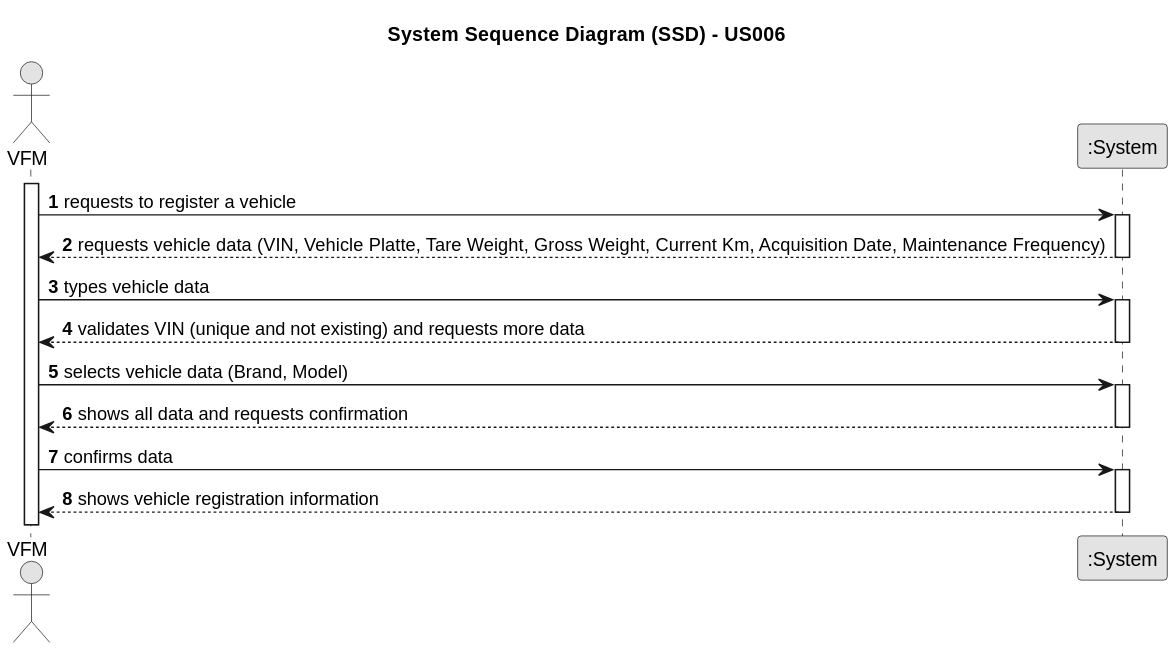
Above: docs/sprintB/us006/01.requirements-engineering/svg/us006-system-sequence-diagram-alternative-one.svg in ricardomm7/leaflink (PlantUML), before the change.
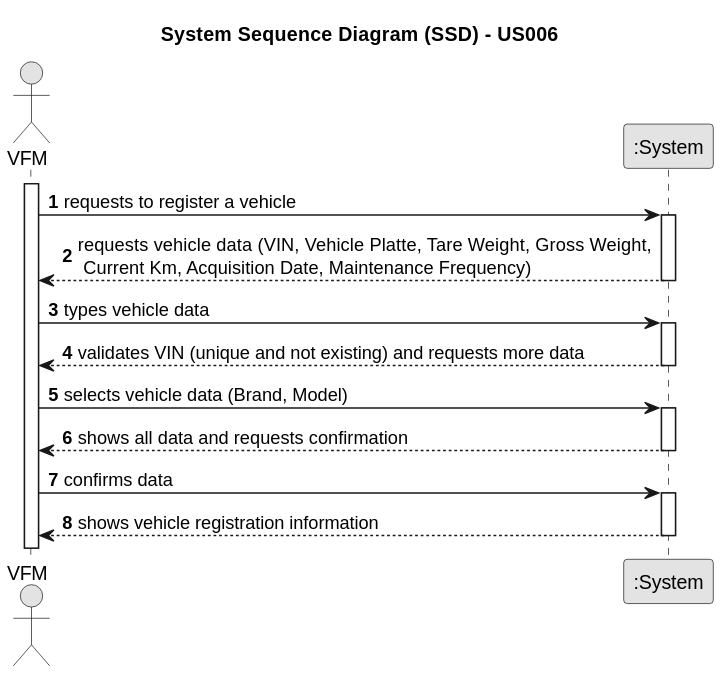
After the commit.

The edit, as a diff of the source:
```diff
@@ -15,7 +15,7 @@
     VFM -> System : requests to register a vehicle
     activate System
 
-        System --> VFM : requests vehicle data (VIN, Vehicle Platte, Tare Weight, Gross Weight, Current Km, Acquisition Date, Maintenance Frequency)
+        System --> VFM : requests vehicle data (VIN, Vehicle Platte, Tare Weight, Gross Weight,\n Current Km, Acquisition Date, Maintenance Frequency)
     deactivate System
 
     VFM -> System : types vehicle data
```
